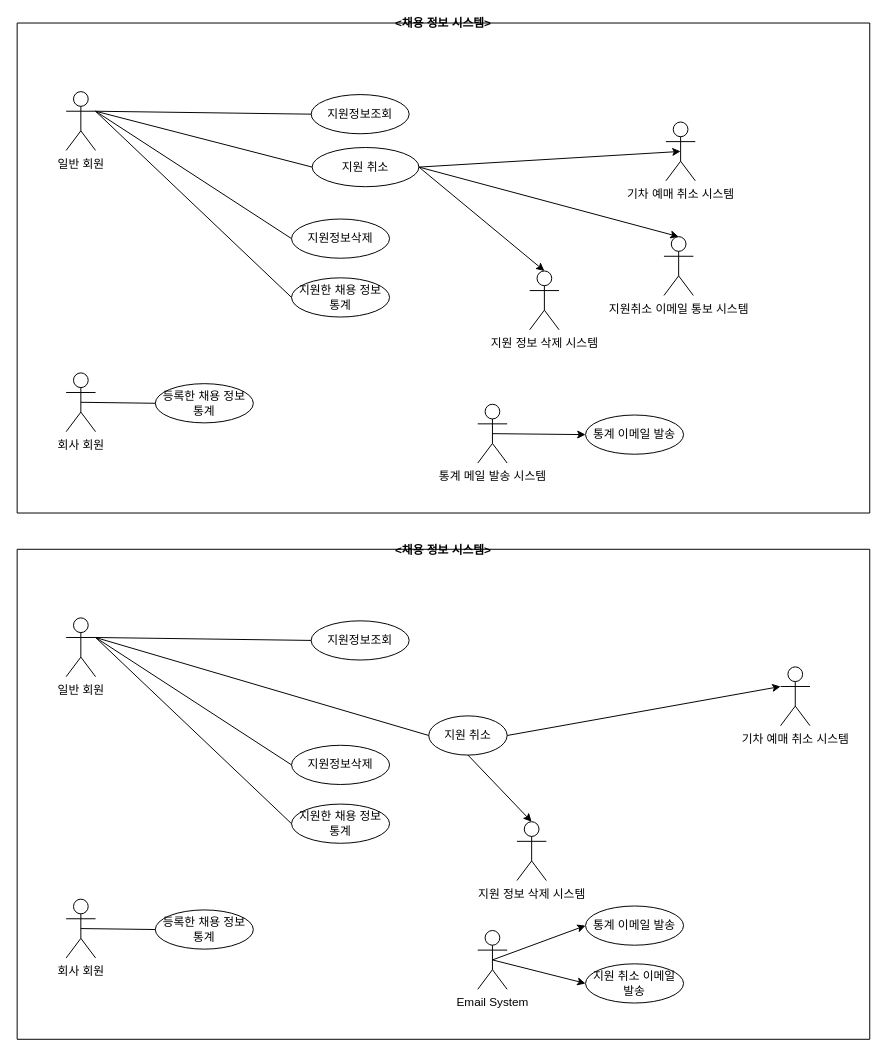
Before: 지원기능관련.drawio in hjee02018/UML, a draw.io diagram. Source tidied: cells renumbered, new cells numbered last; positions are measured from the earlier drawing's top-left corner, leaving out a move shared by most shapes. Both pictures are drawn from the tidied source at 98%, with x=0, y=0 at pixel (17, 23).
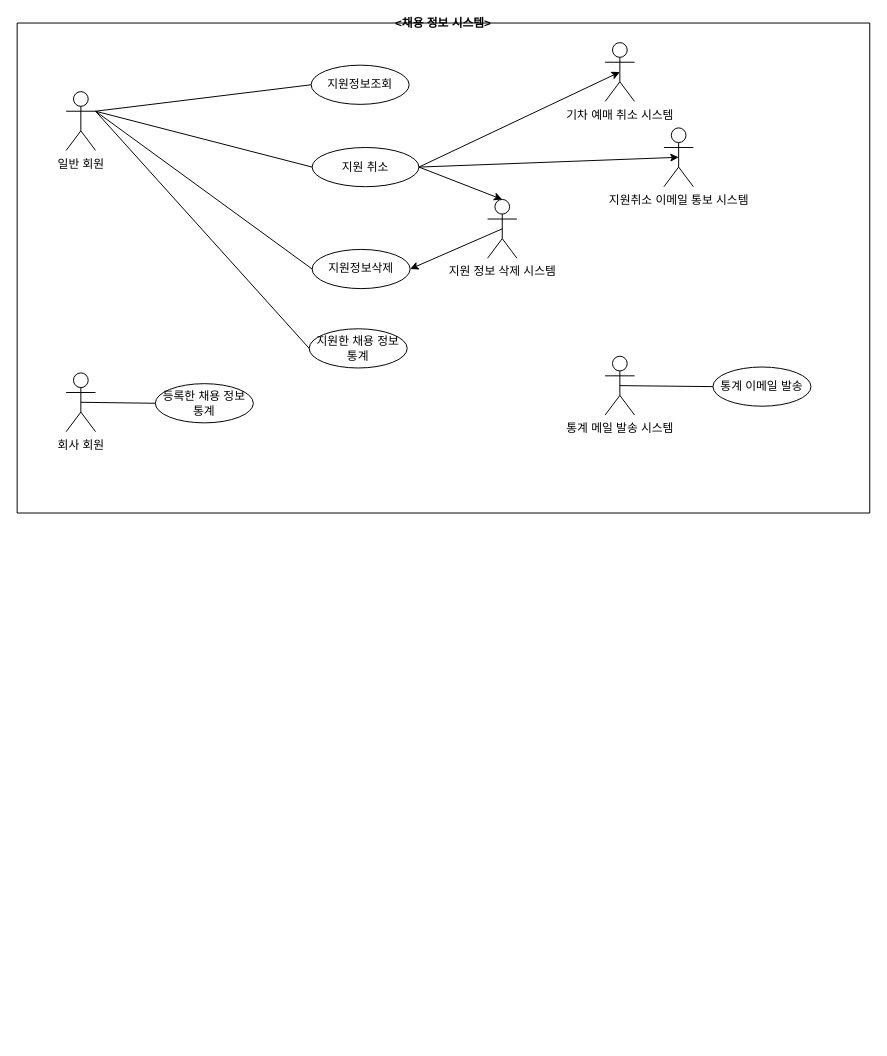
The same page after the edit.

Commit message (it also covers changes not shown here):
지원기능관련.drawio 업데이트

Unchanged cells that the change refers to:
```xml
<mxCell id="7" value="&lt;채용 정보 시스템&gt;" style="swimlane;startSize=0;" parent="1" vertex="1">
  <mxGeometry width="870" height="500" as="geometry" />
</mxCell>
<mxCell id="11" value="지원 취소" style="ellipse;whiteSpace=wrap;html=1;" parent="7" vertex="1">
  <mxGeometry x="301" y="127" width="109" height="40" as="geometry" />
</mxCell>
```

Change to the diagram source:
```diff
@@
     <mxCell id="4" value="지원정보조회" style="ellipse;whiteSpace=wrap;html=1;" parent="1" vertex="1">
-      <mxGeometry x="300" y="73" width="100" height="40" as="geometry" />
+      <mxGeometry x="300" y="43" width="100" height="40" as="geometry" />
     </mxCell>
@@
     <mxCell id="9" value="지원 정보 삭제 시스템" style="shape=umlActor;verticalLabelPosition=bottom;verticalAlign=top;html=1;outlineConnect=0;" parent="7" vertex="1">
-      <mxGeometry x="523" y="253" width="30" height="60" as="geometry" />
+      <mxGeometry x="480" y="180" width="30" height="60" as="geometry" />
     </mxCell>
     <mxCell id="10" value="지원취소 이메일 통보 시스템" style="shape=umlActor;verticalLabelPosition=bottom;verticalAlign=top;html=1;outlineConnect=0;" parent="7" vertex="1">
-      <mxGeometry x="660" y="218" width="30" height="60" as="geometry" />
+      <mxGeometry x="660" y="107" width="30" height="60" as="geometry" />
     </mxCell>
@@
-    <mxCell id="12" style="endArrow=classic;html=1;rounded=0;entryX=0.5;entryY=0;entryDx=0;entryDy=0;entryPerimeter=0;exitX=1;exitY=0.5;exitDx=0;exitDy=0;" parent="7" edge="1" source="11" target="10">
+    <mxCell id="12" style="endArrow=classic;html=1;rounded=0;entryX=0.5;entryY=0.5;entryDx=0;entryDy=0;entryPerimeter=0;exitX=1;exitY=0.5;exitDx=0;exitDy=0;" parent="7" edge="1" source="11" target="10">
       <mxGeometry relative="1" as="geometry" />
     </mxCell>
@@
     <mxCell id="14" value="지원한 채용 정보 통계" style="ellipse;whiteSpace=wrap;html=1;" parent="7" vertex="1">
-      <mxGeometry x="280" y="260" width="100" height="40" as="geometry" />
+      <mxGeometry x="298" y="312" width="100" height="40" as="geometry" />
     </mxCell>
     <mxCell id="15" value="통계 메일 발송 시스템" style="shape=umlActor;verticalLabelPosition=bottom;verticalAlign=top;html=1;outlineConnect=0;" parent="7" vertex="1">
-      <mxGeometry x="470" y="389" width="30" height="60" as="geometry" />
+      <mxGeometry x="600" y="340" width="30" height="60" as="geometry" />
     </mxCell>
-    <mxCell id="16" style="endArrow=classic;html=1;rounded=0;entryX=0;entryY=0.5;entryDx=0;entryDy=0;exitX=0.5;exitY=0.5;exitDx=0;exitDy=0;exitPerimeter=0;" parent="7" edge="1" source="15" target="17">
-      <mxGeometry relative="1" as="geometry" />
-    </mxCell>
     <mxCell id="17" value="통계 이메일 발송" style="ellipse;whiteSpace=wrap;html=1;" parent="7" vertex="1">
-      <mxGeometry x="580" y="400" width="100" height="40" as="geometry" />
+      <mxGeometry x="710" y="351" width="100" height="40" as="geometry" />
     </mxCell>
     <mxCell id="18" value="지원정보삭제" style="ellipse;whiteSpace=wrap;html=1;" parent="7" vertex="1">
-      <mxGeometry x="280" y="200" width="100" height="40" as="geometry" />
+      <mxGeometry x="301" y="231" width="100" height="40" as="geometry" />
     </mxCell>
+    <mxCell id="46" style="endArrow=classic;html=1;rounded=0;entryX=1;entryY=0.5;entryDx=0;entryDy=0;exitX=0.5;exitY=0.5;exitDx=0;exitDy=0;exitPerimeter=0;" parent="7" edge="1" source="9" target="18">
+      <mxGeometry relative="1" as="geometry" />
+    </mxCell>
+    <mxCell id="16" style="endArrow=none;html=1;rounded=0;entryX=0;entryY=0.5;entryDx=0;entryDy=0;exitX=0.5;exitY=0.5;exitDx=0;exitDy=0;exitPerimeter=0;" parent="7" edge="1" source="15" target="17">
+      <mxGeometry relative="1" as="geometry" />
+    </mxCell>
@@
     <mxCell id="22" value="기차 예매 취소 시스템" style="shape=umlActor;verticalLabelPosition=bottom;verticalAlign=top;html=1;outlineConnect=0;" parent="1" vertex="1">
-      <mxGeometry x="662" y="101" width="30" height="60" as="geometry" />
+      <mxGeometry x="600" y="20" width="30" height="60" as="geometry" />
     </mxCell>
@@
-    <mxCell id="24" value="일반 회원" style="shape=umlActor;verticalLabelPosition=bottom;verticalAlign=top;html=1;outlineConnect=0;" parent="1" vertex="1">
-      <mxGeometry x="50" y="607" width="30" height="60" as="geometry" />
-    </mxCell>
-    <mxCell id="25" value="회사 회원" style="shape=umlActor;verticalLabelPosition=bottom;verticalAlign=top;html=1;outlineConnect=0;" parent="1" vertex="1">
-      <mxGeometry x="50" y="894" width="30" height="60" as="geometry" />
-    </mxCell>
-    <mxCell id="26" value="지원정보조회" style="ellipse;whiteSpace=wrap;html=1;" parent="1" vertex="1">
-      <mxGeometry x="300" y="610" width="100" height="40" as="geometry" />
-    </mxCell>
-    <mxCell id="27" style="endArrow=none;html=1;rounded=0;entryX=0;entryY=0.5;entryDx=0;entryDy=0;exitX=1;exitY=0.3333333333333333;exitDx=0;exitDy=0;exitPerimeter=0;" parent="1" edge="1" source="24" target="26">
-      <mxGeometry relative="1" as="geometry" />
-    </mxCell>
-    <mxCell id="28" style="endArrow=none;html=1;rounded=0;entryX=0;entryY=0.5;entryDx=0;entryDy=0;exitX=1;exitY=0.3333333333333333;exitDx=0;exitDy=0;exitPerimeter=0;" parent="1" edge="1" source="24" target="38">
-      <mxGeometry relative="1" as="geometry" />
-    </mxCell>
-    <mxCell id="29" value="&lt;채용 정보 시스템&gt;" style="swimlane;startSize=0;" parent="1" vertex="1">
-      <mxGeometry y="537" width="870" height="500" as="geometry" />
-    </mxCell>
-    <mxCell id="30" value="등록한 채용 정보 통계" style="ellipse;whiteSpace=wrap;html=1;" parent="29" vertex="1">
-      <mxGeometry x="141" y="368" width="100" height="40" as="geometry" />
-    </mxCell>
-    <mxCell id="31" value="지원 정보 삭제 시스템" style="shape=umlActor;verticalLabelPosition=bottom;verticalAlign=top;html=1;outlineConnect=0;" parent="29" vertex="1">
-      <mxGeometry x="510" y="278" width="30" height="60" as="geometry" />
-    </mxCell>
-    <mxCell id="32" value="지원 취소" style="ellipse;whiteSpace=wrap;html=1;" parent="29" vertex="1">
-      <mxGeometry x="420" y="170" width="80" height="40" as="geometry" />
-    </mxCell>
-    <mxCell id="33" style="endArrow=classic;html=1;rounded=0;entryX=0.5;entryY=0;entryDx=0;entryDy=0;exitX=0.5;exitY=1;exitDx=0;exitDy=0;entryPerimeter=0;" parent="29" edge="1" source="32" target="31">
-      <mxGeometry relative="1" as="geometry" />
-    </mxCell>
-    <mxCell id="34" value="지원한 채용 정보 통계" style="ellipse;whiteSpace=wrap;html=1;" parent="29" vertex="1">
-      <mxGeometry x="280" y="260" width="100" height="40" as="geometry" />
-    </mxCell>
-    <mxCell id="35" value="Email System" style="shape=umlActor;verticalLabelPosition=bottom;verticalAlign=top;html=1;outlineConnect=0;" parent="29" vertex="1">
-      <mxGeometry x="470" y="389" width="30" height="60" as="geometry" />
-    </mxCell>
-    <mxCell id="36" style="endArrow=classic;html=1;rounded=0;entryX=0;entryY=0.5;entryDx=0;entryDy=0;exitX=0.5;exitY=0.5;exitDx=0;exitDy=0;exitPerimeter=0;" parent="29" edge="1" source="35" target="37">
-      <mxGeometry relative="1" as="geometry" />
-    </mxCell>
-    <mxCell id="37" value="통계 이메일 발송" style="ellipse;whiteSpace=wrap;html=1;" parent="29" vertex="1">
-      <mxGeometry x="580" y="364" width="100" height="40" as="geometry" />
-    </mxCell>
-    <mxCell id="38" value="지원정보삭제" style="ellipse;whiteSpace=wrap;html=1;" parent="29" vertex="1">
-      <mxGeometry x="280" y="200" width="100" height="40" as="geometry" />
-    </mxCell>
-    <mxCell id="39" style="endArrow=classic;html=1;rounded=0;exitX=1;exitY=0.5;exitDx=0;exitDy=0;entryX=0;entryY=0.3333333333333333;entryDx=0;entryDy=0;entryPerimeter=0;" parent="1" edge="1" source="32" target="42">
-      <mxGeometry relative="1" as="geometry" />
-    </mxCell>
-    <mxCell id="40" style="endArrow=none;html=1;rounded=0;exitX=1;exitY=0.3333333333333333;exitDx=0;exitDy=0;exitPerimeter=0;entryX=0;entryY=0.5;entryDx=0;entryDy=0;" parent="1" edge="1" source="24" target="34">
-      <mxGeometry relative="1" as="geometry" />
-    </mxCell>
-    <mxCell id="41" style="endArrow=none;html=1;rounded=0;entryX=0;entryY=0.5;entryDx=0;entryDy=0;exitX=0.5;exitY=0.5;exitDx=0;exitDy=0;exitPerimeter=0;" parent="1" edge="1" source="25" target="30">
-      <mxGeometry relative="1" as="geometry" />
-    </mxCell>
-    <mxCell id="42" value="기차 예매 취소 시스템" style="shape=umlActor;verticalLabelPosition=bottom;verticalAlign=top;html=1;outlineConnect=0;" parent="1" vertex="1">
-      <mxGeometry x="779" y="657" width="30" height="60" as="geometry" />
-    </mxCell>
-    <mxCell id="43" style="endArrow=none;html=1;rounded=0;entryX=0;entryY=0.5;entryDx=0;entryDy=0;" parent="1" edge="1" target="32">
-      <mxGeometry relative="1" as="geometry">
-        <mxPoint x="80" y="627" as="sourcePoint" />
-      </mxGeometry>
-    </mxCell>
-    <mxCell id="44" value="지원 취소 이메일 발송" style="ellipse;whiteSpace=wrap;html=1;" parent="1" vertex="1">
-      <mxGeometry x="580" y="960" width="100" height="40" as="geometry" />
-    </mxCell>
-    <mxCell id="45" style="endArrow=classic;html=1;rounded=0;entryX=0;entryY=0.5;entryDx=0;entryDy=0;exitX=0.5;exitY=0.5;exitDx=0;exitDy=0;exitPerimeter=0;" parent="1" edge="1" source="35" target="44">
-      <mxGeometry relative="1" as="geometry" />
-    </mxCell>
```
